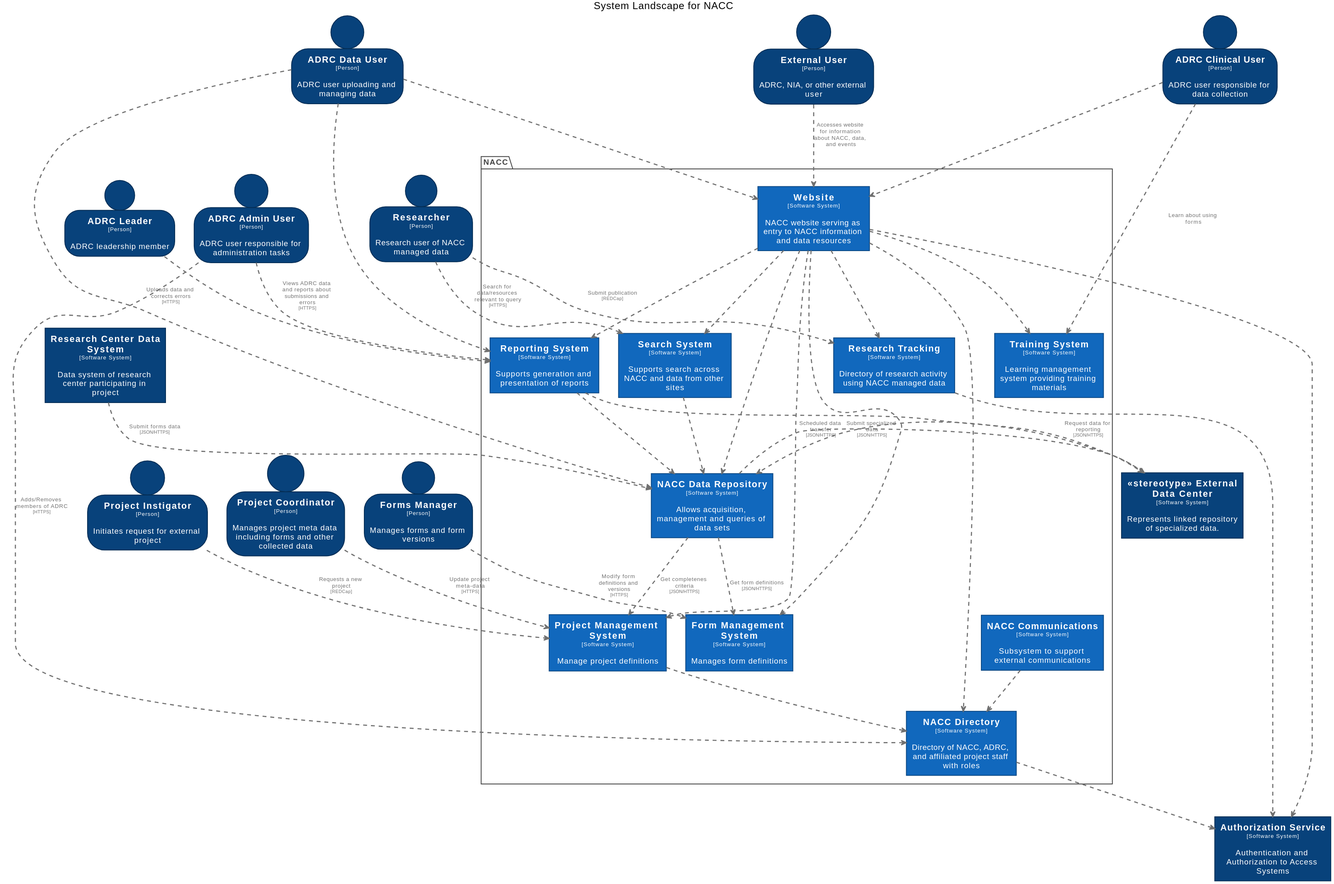
This is docs/images/structurizr-GeneralizedSystemLandscape.svg from naccdata/system-design, a PlantUML export, as it was before one commit.
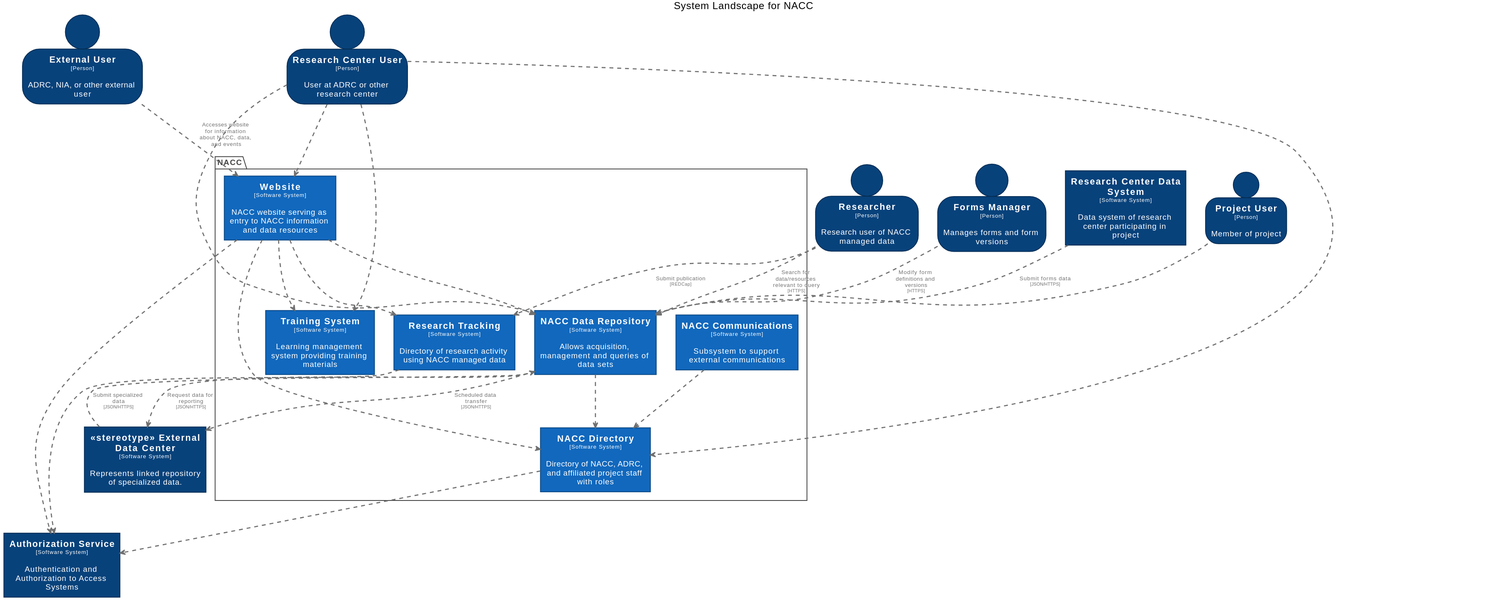
The same file after the commit.

The edit, as a diff of the source:
```diff
@@ -18,26 +18,6 @@
   FontColor #ffffff
   BorderColor #052e56
 }
-skinparam person<<ADRCAdminUser>> {
-  BackgroundColor #08427b
-  FontColor #ffffff
-  BorderColor #052e56
-}
-skinparam person<<ADRCClinicalUser>> {
-  BackgroundColor #08427b
-  FontColor #ffffff
-  BorderColor #052e56
-}
-skinparam person<<ADRCDataUser>> {
-  BackgroundColor #08427b
-  FontColor #ffffff
-  BorderColor #052e56
-}
-skinparam person<<ADRCLeader>> {
-  BackgroundColor #08427b
-  FontColor #ffffff
-  BorderColor #052e56
-}
 skinparam rectangle<<AuthorizationService>> {
   BackgroundColor #08427b
   FontColor #ffffff
@@ -47,11 +27,6 @@
   BackgroundColor #08427b
   FontColor #ffffff
   BorderColor #052e56
-}
-skinparam rectangle<<FormManagementSystem>> {
-  BackgroundColor #1168bd
-  FontColor #ffffff
-  BorderColor #0b4884
 }
 skinparam person<<FormsManager>> {
   BackgroundColor #08427b
@@ -73,27 +48,17 @@
   FontColor #ffffff
   BorderColor #0b4884
 }
-skinparam person<<ProjectCoordinator>> {
+skinparam person<<ProjectUser>> {
   BackgroundColor #08427b
   FontColor #ffffff
   BorderColor #052e56
 }
-skinparam person<<ProjectInstigator>> {
+skinparam rectangle<<ResearchCenterDataSystem>> {
   BackgroundColor #08427b
   FontColor #ffffff
   BorderColor #052e56
 }
-skinparam rectangle<<ProjectManagementSystem>> {
-  BackgroundColor #1168bd
-  FontColor #ffffff
-  BorderColor #0b4884
-}
-skinparam rectangle<<ReportingSystem>> {
-  BackgroundColor #1168bd
-  FontColor #ffffff
-  BorderColor #0b4884
-}
-skinparam rectangle<<ResearchCenterDataSystem>> {
+skinparam person<<ResearchCenterUser>> {
   BackgroundColor #08427b
   FontColor #ffffff
   BorderColor #052e56
@@ -107,11 +72,6 @@
   BackgroundColor #08427b
   FontColor #ffffff
   BorderColor #052e56
-}
-skinparam rectangle<<SearchSystem>> {
-  BackgroundColor #1168bd
-  FontColor #ffffff
-  BorderColor #0b4884
 }
 skinparam rectangle<<TrainingSystem>> {
   BackgroundColor #1168bd
@@ -128,12 +88,8 @@
   skinparam PackageBorderColor<<enterprise>> #444444
   skinparam PackageFontColor<<enterprise>> #444444
 
-  rectangle "==Project Management System\n<size:10>[Software System]</size>\n\nManage project definitions" <<ProjectManagementSystem>> as ProjectManagementSystem
+  rectangle "==NACC Directory\n<size:10>[Software System]</size>\n\nDirectory of NACC, ADRC, and affiliated project staff with roles" <<NACCDirectory>> as NACCDirectory
   rectangle "==NACC Data Repository\n<size:10>[Software System]</size>\n\nAllows acquisition, management and queries of data sets" <<NACCDataRepository>> as NACCDataRepository
-  rectangle "==NACC Directory\n<size:10>[Software System]</size>\n\nDirectory of NACC, ADRC, and affiliated project staff with roles" <<NACCDirectory>> as NACCDirectory
-  rectangle "==Search System\n<size:10>[Software System]</size>\n\nSupports search across NACC and data from other sites" <<SearchSystem>> as SearchSystem
-  rectangle "==Form Management System\n<size:10>[Software System]</size>\n\nManages form definitions" <<FormManagementSystem>> as FormManagementSystem
-  rectangle "==Reporting System\n<size:10>[Software System]</size>\n\nSupports generation and presentation of reports" <<ReportingSystem>> as ReportingSystem
   rectangle "==NACC Communications\n<size:10>[Software System]</size>\n\nSubsystem to support external communications" <<NACCCommunications>> as NACCCommunications
   rectangle "==Research Tracking\n<size:10>[Software System]</size>\n\nDirectory of research activity using NACC managed data" <<ResearchTracking>> as ResearchTracking
   rectangle "==Training System\n<size:10>[Software System]</size>\n\nLearning management system providing training materials" <<TrainingSystem>> as TrainingSystem
@@ -142,50 +98,33 @@
 
 rectangle "==Authorization Service\n<size:10>[Software System]</size>\n\nAuthentication and Authorization to Access Systems" <<AuthorizationService>> as AuthorizationService
 person "==External User\n<size:10>[Person]</size>\n\nADRC, NIA, or other external user" <<ExternalUser>> as ExternalUser
-person "==ADRC Data User\n<size:10>[Person]</size>\n\nADRC user uploading and managing data" <<ADRCDataUser>> as ADRCDataUser
-person "==ADRC Admin User\n<size:10>[Person]</size>\n\nADRC user responsible for administration tasks" <<ADRCAdminUser>> as ADRCAdminUser
-person "==ADRC Clinical User\n<size:10>[Person]</size>\n\nADRC user responsible for data collection" <<ADRCClinicalUser>> as ADRCClinicalUser
-person "==ADRC Leader\n<size:10>[Person]</size>\n\nADRC leadership member" <<ADRCLeader>> as ADRCLeader
-person "==Project Instigator\n<size:10>[Person]</size>\n\nInitiates request for external project" <<ProjectInstigator>> as ProjectInstigator
-person "==Project Coordinator\n<size:10>[Person]</size>\n\nManages project meta data including forms and other collected data" <<ProjectCoordinator>> as ProjectCoordinator
+person "==Research Center User\n<size:10>[Person]</size>\n\nUser at ADRC or other research center" <<ResearchCenterUser>> as ResearchCenterUser
+person "==Project User\n<size:10>[Person]</size>\n\nMember of project" <<ProjectUser>> as ProjectUser
 person "==Forms Manager\n<size:10>[Person]</size>\n\nManages forms and form versions" <<FormsManager>> as FormsManager
 person "==Researcher\n<size:10>[Person]</size>\n\nResearch user of NACC managed data" <<Researcher>> as Researcher
 rectangle "==<<stereotype>> External Data Center\n<size:10>[Software System]</size>\n\nRepresents linked repository of specialized data." <<stereotypeExternalDataCenter>> as stereotypeExternalDataCenter
 rectangle "==Research Center Data System\n<size:10>[Software System]</size>\n\nData system of research center participating in project" <<ResearchCenterDataSystem>> as ResearchCenterDataSystem
 
-Website .[#707070,thickness=2].> ResearchTracking : "<color:#707070>"
-Website .[#707070,thickness=2].> ReportingSystem : "<color:#707070>"
-Website .[#707070,thickness=2].> SearchSystem : "<color:#707070>"
 Website .[#707070,thickness=2].> NACCDataRepository : "<color:#707070>"
-Website .[#707070,thickness=2].> ProjectManagementSystem : "<color:#707070>"
-Website .[#707070,thickness=2].> FormManagementSystem : "<color:#707070>"
 Website .[#707070,thickness=2].> NACCDirectory : "<color:#707070>"
 ExternalUser .[#707070,thickness=2].> Website : "<color:#707070>Accesses website for information about NACC, data, and events"
-ADRCDataUser .[#707070,thickness=2].> NACCDataRepository : "<color:#707070>Uploads data and corrects errors\n<color:#707070><size:8>[HTTPS]</size>"
-ADRCDataUser .[#707070,thickness=2].> Website : "<color:#707070>"
-ADRCDataUser .[#707070,thickness=2].> ReportingSystem : "<color:#707070>"
-ADRCAdminUser .[#707070,thickness=2].> NACCDirectory : "<color:#707070>Adds/Removes members of ADRC\n<color:#707070><size:8>[HTTPS]</size>"
-ADRCAdminUser .[#707070,thickness=2].> ReportingSystem : "<color:#707070>Views ADRC data and reports about submissions and errors\n<color:#707070><size:8>[HTTPS]</size>"
-ProjectManagementSystem .[#707070,thickness=2].> NACCDirectory : "<color:#707070>"
-ADRCClinicalUser .[#707070,thickness=2].> TrainingSystem : "<color:#707070>Learn about using forms"
-ADRCClinicalUser .[#707070,thickness=2].> Website : "<color:#707070>"
-ADRCLeader .[#707070,thickness=2].> ReportingSystem : "<color:#707070>"
-ProjectInstigator .[#707070,thickness=2].> ProjectManagementSystem : "<color:#707070>Requests a new project\n<color:#707070><size:8>[REDCap]</size>"
-ProjectCoordinator .[#707070,thickness=2].> ProjectManagementSystem : "<color:#707070>Update project meta-data\n<color:#707070><size:8>[HTTPS]</size>"
-FormsManager .[#707070,thickness=2].> FormManagementSystem : "<color:#707070>Modify form definitions and versions\n<color:#707070><size:8>[HTTPS]</size>"
-Researcher .[#707070,thickness=2].> SearchSystem : "<color:#707070>Search for data/resources relevant to query\n<color:#707070><size:8>[HTTPS]</size>"
+ResearchCenterUser .[#707070,thickness=2].> Website : "<color:#707070>"
+ResearchCenterUser .[#707070,thickness=2].> NACCDirectory : "<color:#707070>"
+ResearchCenterUser .[#707070,thickness=2].> NACCDataRepository : "<color:#707070>"
+ResearchCenterUser .[#707070,thickness=2].> TrainingSystem : "<color:#707070>"
+NACCDataRepository .[#707070,thickness=2].> NACCDirectory : "<color:#707070>"
+ProjectUser .[#707070,thickness=2].> NACCDataRepository : "<color:#707070>"
+FormsManager .[#707070,thickness=2].> NACCDataRepository : "<color:#707070>Modify form definitions and versions\n<color:#707070><size:8>[HTTPS]</size>"
+Researcher .[#707070,thickness=2].> NACCDataRepository : "<color:#707070>Search for data/resources relevant to query\n<color:#707070><size:8>[HTTPS]</size>"
 Researcher .[#707070,thickness=2].> ResearchTracking : "<color:#707070>Submit publication\n<color:#707070><size:8>[REDCap]</size>"
 stereotypeExternalDataCenter .[#707070,thickness=2].> NACCDataRepository : "<color:#707070>Submit specialized data\n<color:#707070><size:8>[JSON/HTTPS]</size>"
-ReportingSystem .[#707070,thickness=2].> stereotypeExternalDataCenter : "<color:#707070>Request data for reporting\n<color:#707070><size:8>[JSON/HTTPS]</size>"
+NACCDataRepository .[#707070,thickness=2].> stereotypeExternalDataCenter : "<color:#707070>Request data for reporting\n<color:#707070><size:8>[JSON/HTTPS]</size>"
 NACCDataRepository .[#707070,thickness=2].> stereotypeExternalDataCenter : "<color:#707070>Scheduled data transfer\n<color:#707070><size:8>[JSON/HTTPS]</size>"
 ResearchCenterDataSystem .[#707070,thickness=2].> NACCDataRepository : "<color:#707070>Submit forms data\n<color:#707070><size:8>[JSON/HTTPS]</size>"
-NACCDataRepository .[#707070,thickness=2].> FormManagementSystem : "<color:#707070>Get form definitions\n<color:#707070><size:8>[JSON/HTTPS]</size>"
-NACCDataRepository .[#707070,thickness=2].> ProjectManagementSystem : "<color:#707070>Get completenes criteria\n<color:#707070><size:8>[JSON/HTTPS]</size>"
 NACCDirectory .[#707070,thickness=2].> AuthorizationService : "<color:#707070>"
-SearchSystem .[#707070,thickness=2].> NACCDataRepository : "<color:#707070>"
-ReportingSystem .[#707070,thickness=2].> NACCDataRepository : "<color:#707070>"
 NACCCommunications .[#707070,thickness=2].> NACCDirectory : "<color:#707070>"
 ResearchTracking .[#707070,thickness=2].> AuthorizationService : "<color:#707070>"
 Website .[#707070,thickness=2].> AuthorizationService : "<color:#707070>"
 Website .[#707070,thickness=2].> TrainingSystem : "<color:#707070>"
+Website .[#707070,thickness=2].> ResearchTracking : "<color:#707070>"
 @enduml
```
